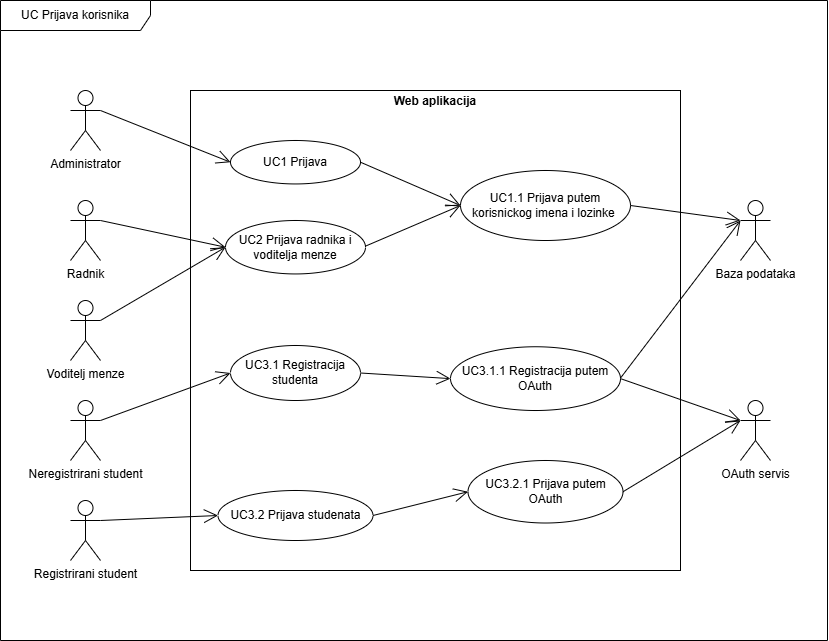
The draw.io diagram docs/imgs/uc-diagrams/ucPrijavaKorisnika.png in lukaznj/dish-detective, before a commit. Source tidied: cells renumbered, new cells last; positions are measured from the earlier drawing's top-left corner, leaving out a move shared by most shapes.
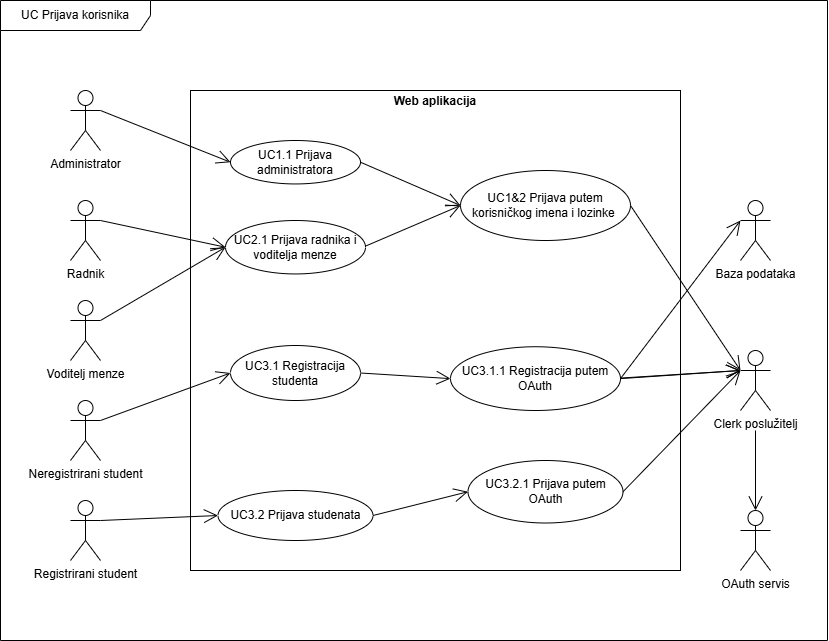
The same diagram one commit later.

Diff of the diagram source:
```diff
@@ -20,16 +20,16 @@
     <mxCell id="7" value="Radnik" style="shape=umlActor;verticalLabelPosition=bottom;verticalAlign=top;html=1;" parent="1" vertex="1">
       <mxGeometry x="70" y="200" width="30" height="60" as="geometry" />
     </mxCell>
-    <mxCell id="8" value="UC1 Prijava" style="ellipse;whiteSpace=wrap;html=1;" parent="1" vertex="1">
+    <mxCell id="8" value="UC1.1 Prijava administratora" style="ellipse;whiteSpace=wrap;html=1;" parent="1" vertex="1">
       <mxGeometry x="230" y="140" width="130" height="43.4" as="geometry" />
     </mxCell>
-    <mxCell id="9" value="OAuth servis" style="shape=umlActor;verticalLabelPosition=bottom;verticalAlign=top;html=1;labelBackgroundColor=none;" parent="1" vertex="1">
-      <mxGeometry x="740" y="400" width="30" height="60" as="geometry" />
+    <mxCell id="9" value="Clerk poslužitelj" style="shape=umlActor;verticalLabelPosition=bottom;verticalAlign=top;html=1;labelBackgroundColor=none;" parent="1" vertex="1">
+      <mxGeometry x="740" y="350" width="30" height="60" as="geometry" />
     </mxCell>
     <mxCell id="10" value="UC3.2.1 Prijava putem OAuth" style="ellipse;whiteSpace=wrap;html=1;" parent="1" vertex="1">
       <mxGeometry x="467.5" y="460" width="155" height="62.5" as="geometry" />
     </mxCell>
-    <mxCell id="11" value="UC1.1 Prijava putem korisnickog imena i lozinke&amp;nbsp;" style="ellipse;whiteSpace=wrap;html=1;" parent="1" vertex="1">
+    <mxCell id="11" value="UC1&amp;amp;2 Prijava putem korisničkog imena i lozinke&amp;nbsp;" style="ellipse;whiteSpace=wrap;html=1;" parent="1" vertex="1">
       <mxGeometry x="460" y="170" width="170" height="70" as="geometry" />
     </mxCell>
     <mxCell id="12" value="UC3.1 Registracija studenta" style="ellipse;whiteSpace=wrap;html=1;" parent="1" vertex="1">
@@ -62,8 +62,10 @@
     <mxCell id="21" style="endArrow=open;endFill=1;endSize=12;html=1;rounded=0;entryX=0;entryY=0.3333333333333333;entryDx=0;entryDy=0;entryPerimeter=0;exitX=1;exitY=0.5;exitDx=0;exitDy=0;" parent="1" edge="1" source="10" target="9">
       <mxGeometry relative="1" as="geometry" />
     </mxCell>
-    <mxCell id="22" style="endArrow=open;endFill=1;endSize=12;html=1;rounded=0;entryX=0;entryY=0.3333333333333333;entryDx=0;entryDy=0;entryPerimeter=0;exitX=1;exitY=0.5;exitDx=0;exitDy=0;" parent="1" edge="1" source="11" target="4">
-      <mxGeometry relative="1" as="geometry" />
+    <mxCell id="22" style="endArrow=open;endFill=1;endSize=12;html=1;rounded=0;exitX=1;exitY=0.5;exitDx=0;exitDy=0;" parent="1" edge="1" source="11">
+      <mxGeometry relative="1" as="geometry">
+        <mxPoint x="740" y="370" as="targetPoint" />
+      </mxGeometry>
     </mxCell>
     <mxCell id="23" value="UC3.1.1 Registracija putem OAuth" style="ellipse;whiteSpace=wrap;html=1;" parent="1" vertex="1">
       <mxGeometry x="450" y="346.2" width="170" height="63.8" as="geometry" />
@@ -80,7 +82,7 @@
     <mxCell id="27" value="Registrirani student" style="shape=umlActor;verticalLabelPosition=bottom;verticalAlign=top;html=1;labelBackgroundColor=none;" parent="1" vertex="1">
       <mxGeometry x="70" y="500" width="30" height="60" as="geometry" />
     </mxCell>
-    <mxCell id="28" value="UC2 Prijava radnika i voditelja menze" style="ellipse;whiteSpace=wrap;html=1;" parent="1" vertex="1">
+    <mxCell id="28" value="UC2.1 Prijava radnika i voditelja menze" style="ellipse;whiteSpace=wrap;html=1;" parent="1" vertex="1">
       <mxGeometry x="225" y="220" width="140" height="53.4" as="geometry" />
     </mxCell>
     <mxCell id="29" style="endArrow=open;endFill=1;endSize=12;html=1;rounded=0;entryX=0;entryY=0.5;entryDx=0;entryDy=0;" parent="1" edge="1" target="11">
@@ -91,8 +93,19 @@
     <mxCell id="30" style="endArrow=open;endFill=1;endSize=12;html=1;rounded=0;" parent="1" edge="1">
       <mxGeometry relative="1" as="geometry">
         <mxPoint x="620" y="377.6" as="sourcePoint" />
-        <mxPoint x="740" y="220" as="targetPoint" />
+        <mxPoint x="740" y="370" as="targetPoint" />
       </mxGeometry>
     </mxCell>
+    <mxCell id="31" value="OAuth servis" style="shape=umlActor;verticalLabelPosition=bottom;verticalAlign=top;html=1;" parent="1" vertex="1">
+      <mxGeometry x="740" y="510" width="30" height="60" as="geometry" />
+    </mxCell>
+    <mxCell id="32" style="endArrow=open;endFill=1;endSize=12;html=1;rounded=0;entryX=0.5;entryY=0;entryDx=0;entryDy=0;entryPerimeter=0;" parent="1" edge="1" target="31">
+      <mxGeometry relative="1" as="geometry">
+        <mxPoint x="755" y="430" as="sourcePoint" />
+      </mxGeometry>
+    </mxCell>
+    <mxCell id="33" style="endArrow=open;endFill=1;endSize=12;html=1;rounded=0;entryX=0;entryY=0.3333333333333333;entryDx=0;entryDy=0;entryPerimeter=0;exitX=1;exitY=0.5;exitDx=0;exitDy=0;" parent="1" edge="1" source="23" target="4">
+      <mxGeometry relative="1" as="geometry" />
+    </mxCell>
   </root>
 </mxGraphModel>
```
